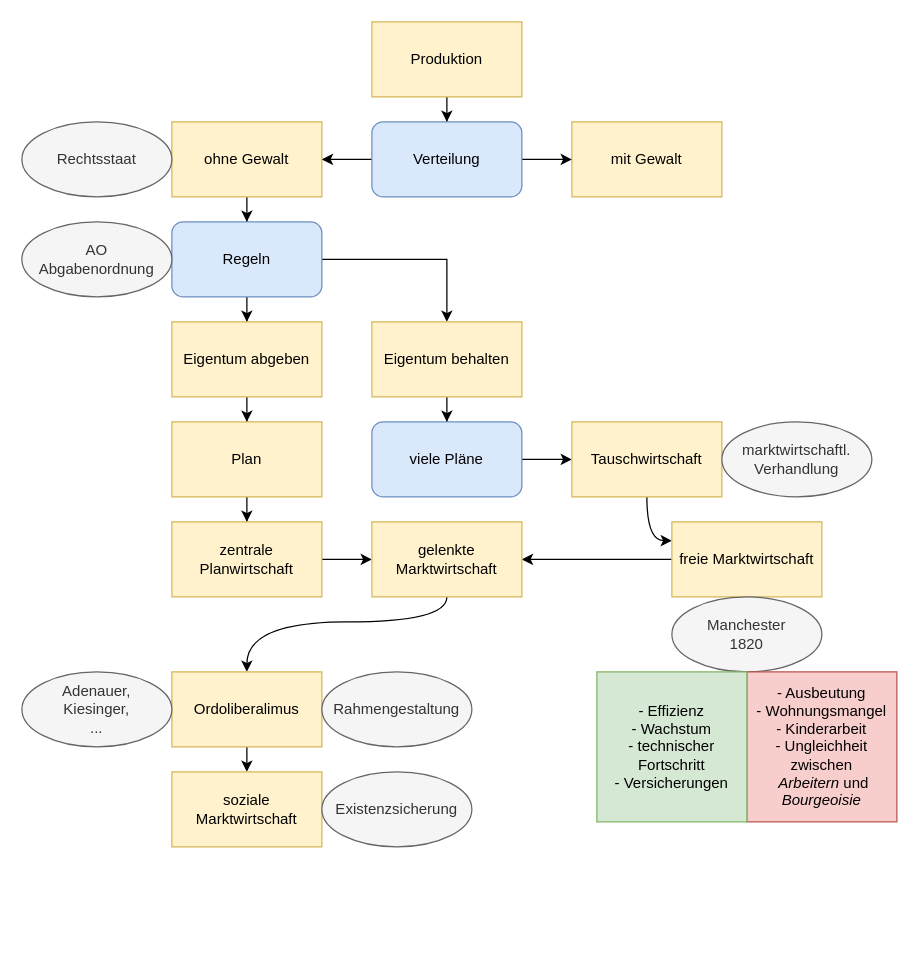
Before: UGU01.drawio in martinbro2021/diagrams, a draw.io diagram. Source tidied: cells renumbered, new cells numbered last; positions are measured from the earlier drawing's top-left corner, leaving out a move shared by most shapes. Both pictures are drawn from the tidied source at 125%, with x=0, y=0 at pixel (21, 21).
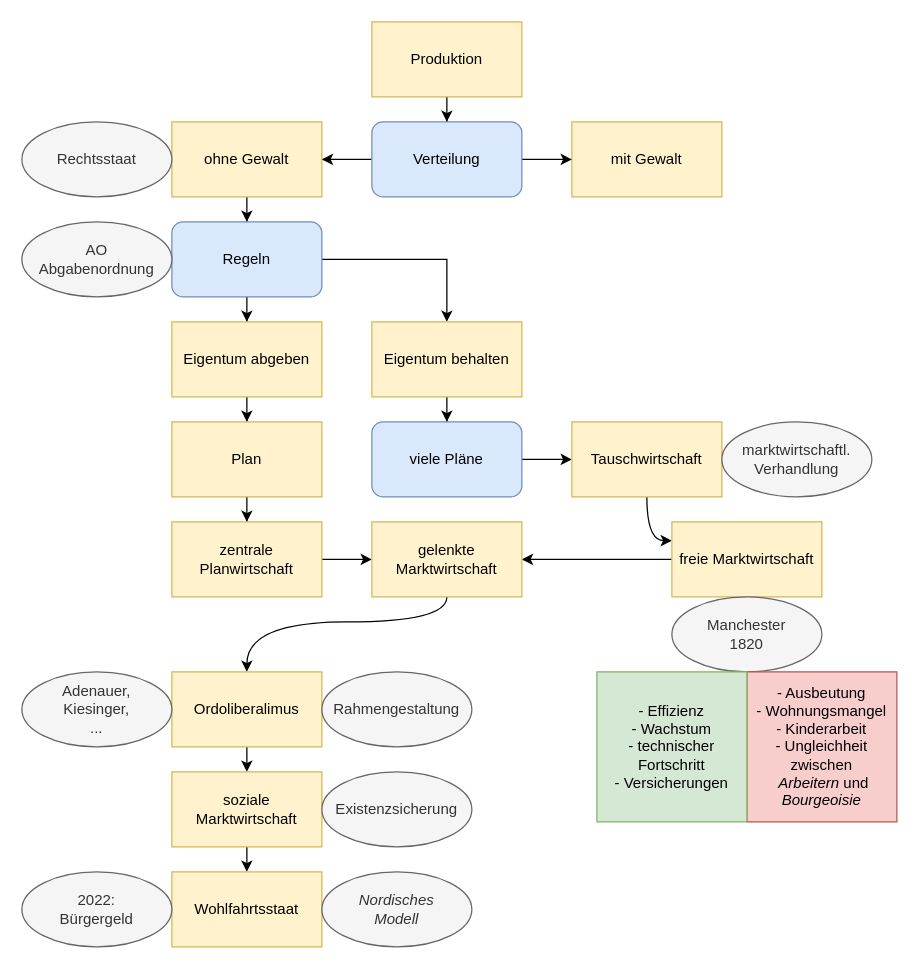
Above is the later version.

Unchanged cells that the change refers to:
```xml
<mxCell id="38" value="soziale Marktwirtschaft" style="rounded=0;whiteSpace=wrap;html=1;fillColor=#fff2cc;strokeColor=#d6b656;" parent="1" vertex="1">
  <mxGeometry x="120" y="600" width="120" height="60" as="geometry" />
</mxCell>
```

What changed in the source:
```diff
@@
+    <mxCell id="41" style="edgeStyle=orthogonalEdgeStyle;curved=1;jettySize=auto;html=1;" parent="1" edge="1" source="38" target="42">
+      <mxGeometry relative="1" as="geometry" />
+    </mxCell>
@@
+    <mxCell id="42" value="Wohlfahrtsstaat" style="rounded=0;whiteSpace=wrap;html=1;fillColor=#fff2cc;strokeColor=#d6b656;" parent="1" vertex="1">
+      <mxGeometry x="120" y="680" width="120" height="60" as="geometry" />
+    </mxCell>
+    <mxCell id="43" value="2022:&lt;br&gt;Bürgergeld" style="ellipse;whiteSpace=wrap;html=1;fillColor=#f5f5f5;fontColor=#333333;strokeColor=#666666;" parent="1" vertex="1">
+      <mxGeometry y="680" width="120" height="60" as="geometry" />
+    </mxCell>
+    <mxCell id="44" value="&lt;i&gt;Nordisches&lt;br&gt;Modell&lt;/i&gt;" style="ellipse;whiteSpace=wrap;html=1;fillColor=#f5f5f5;fontColor=#333333;strokeColor=#666666;" parent="1" vertex="1">
+      <mxGeometry x="240" y="680" width="120" height="60" as="geometry" />
+    </mxCell>
```
